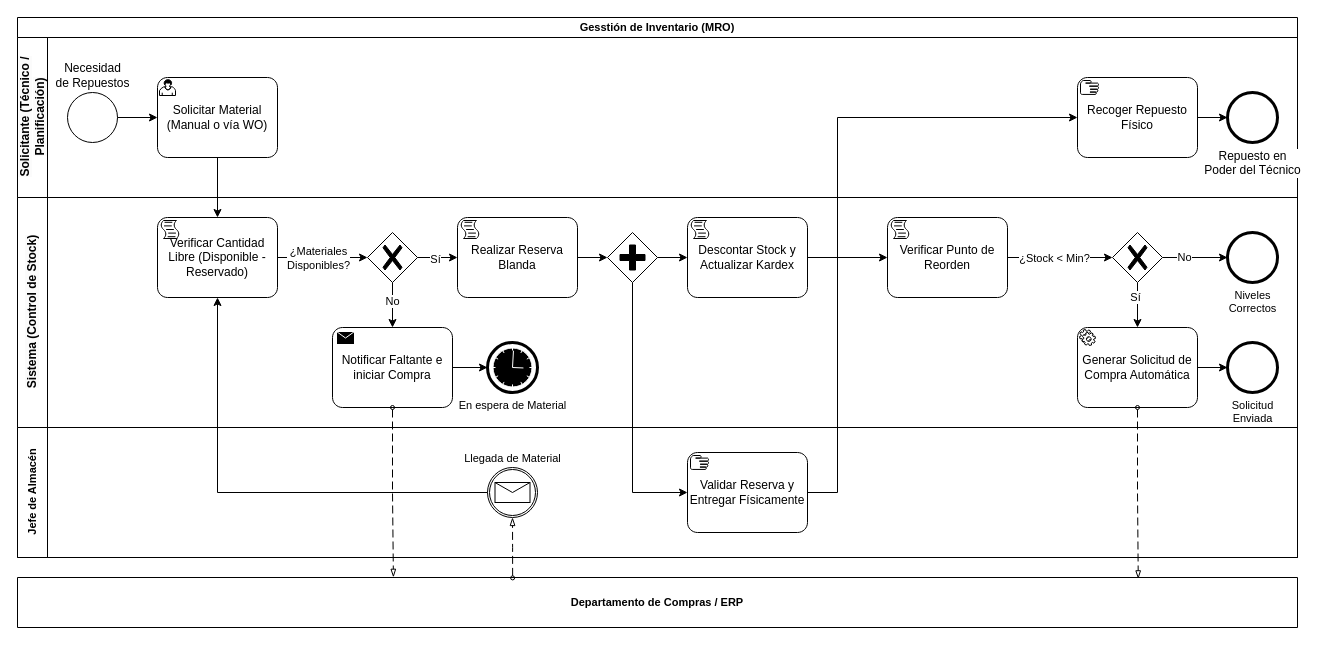
Novav20/adso-dteam-docs keeps this draw.io diagram as business-processes/ges-02-inventory-management.drawio. Above is the earlier version. Source tidied: cells renumbered, new cells numbered last; positions are measured from the earlier drawing's top-left corner, leaving out a move shared by most shapes. Both pictures are drawn from the tidied source at 100%, with x=0, y=0 at pixel (17, 17).
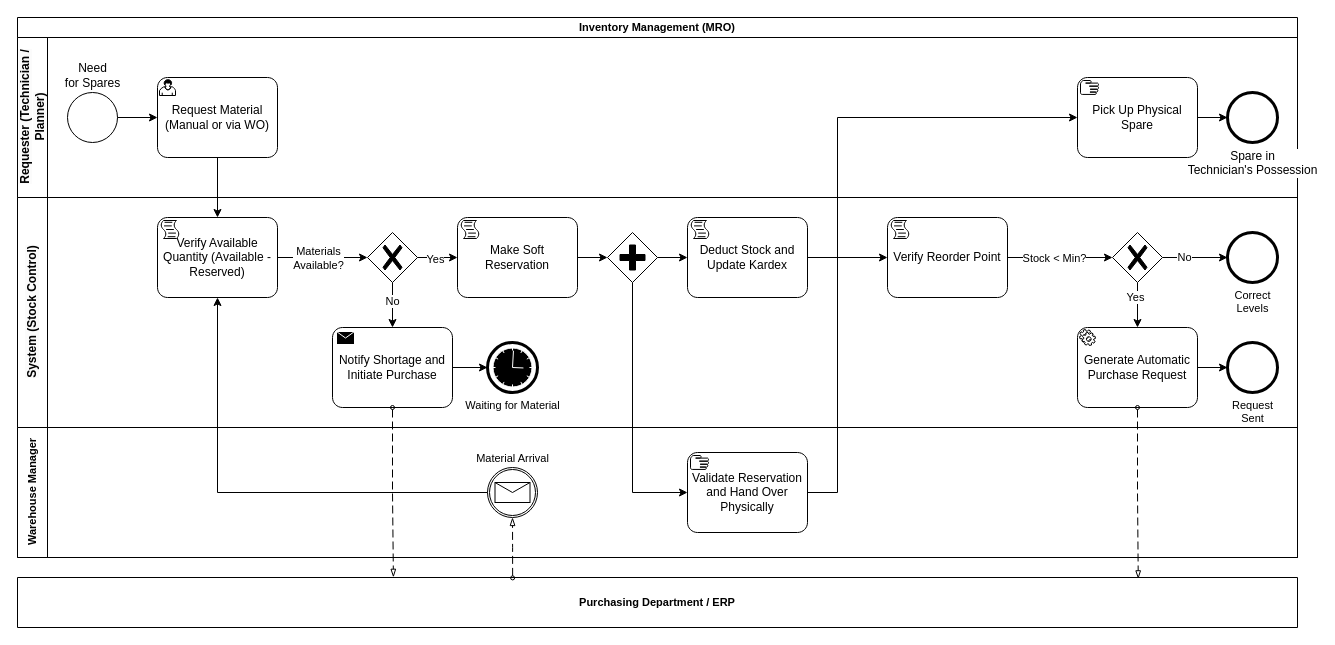
The same page after the edit.

Commit message:
docs(business-processes): fix 'Sí' decision labels in ges-02 diagram

The change refers to these unchanged cells:
```xml
<mxCell id="11" style="edgeStyle=orthogonalEdgeStyle;shape=connector;rounded=0;html=1;strokeColor=default;align=center;verticalAlign=middle;fontFamily=Helvetica;fontSize=11;fontColor=default;labelBackgroundColor=default;endArrow=classic;" parent="10" edge="1" source="13" target="14">
  <mxGeometry relative="1" as="geometry" />
</mxCell>
<mxCell id="17" style="edgeStyle=orthogonalEdgeStyle;shape=connector;rounded=0;html=1;entryX=0;entryY=0.5;entryDx=0;entryDy=0;entryPerimeter=0;strokeColor=default;align=center;verticalAlign=middle;fontFamily=Helvetica;fontSize=11;fontColor=default;labelBackgroundColor=default;endArrow=classic;" parent="10" edge="1" source="14" target="16">
  <mxGeometry relative="1" as="geometry" />
</mxCell>
<mxCell id="27" style="edgeStyle=orthogonalEdgeStyle;shape=connector;rounded=0;html=1;strokeColor=default;align=center;verticalAlign=middle;fontFamily=Helvetica;fontSize=11;fontColor=default;labelBackgroundColor=default;endArrow=classic;" parent="10" edge="1" source="31" target="34">
  <mxGeometry relative="1" as="geometry" />
</mxCell>
<mxCell id="32" style="edgeStyle=orthogonalEdgeStyle;shape=connector;rounded=0;html=1;entryX=0;entryY=0.5;entryDx=0;entryDy=0;entryPerimeter=0;strokeColor=default;align=center;verticalAlign=middle;fontFamily=Helvetica;fontSize=11;fontColor=default;labelBackgroundColor=default;endArrow=classic;" parent="10" edge="1" source="26" target="31">
  <mxGeometry relative="1" as="geometry" />
</mxCell>
```

What changed in the source:
```diff
@@
-    <mxCell id="2" value="Gesstión de Inventario (MRO)" style="swimlane;html=1;horizontal=1;startSize=20;whiteSpace=wrap;fontFamily=Helvetica;fontSize=11;fontColor=default;labelBackgroundColor=default;" parent="1" vertex="1">
+    <mxCell id="2" value="Inventory Management (MRO)" style="swimlane;html=1;horizontal=1;startSize=20;whiteSpace=wrap;fontFamily=Helvetica;fontSize=11;fontColor=default;labelBackgroundColor=default;" parent="1" vertex="1">
       <mxGeometry width="1280" height="540" as="geometry" />
     </mxCell>
-    <mxCell id="3" value="&lt;span style=&quot;color: rgb(0, 0, 0); font-size: 12px; background-color: rgb(251, 251, 251);&quot;&gt;Solicitante (Técnico / &lt;br&gt;Planificación)&lt;/span&gt;" style="swimlane;html=1;startSize=30;horizontal=0;fontFamily=Helvetica;fontSize=11;fontColor=default;labelBackgroundColor=default;" parent="2" vertex="1">
+    <mxCell id="3" value="&lt;span style=&quot;color: rgb(0, 0, 0); font-size: 12px; background-color: rgb(251, 251, 251);&quot;&gt;Requester (Technician / &lt;br&gt;Planner)&lt;/span&gt;" style="swimlane;html=1;startSize=30;horizontal=0;fontFamily=Helvetica;fontSize=11;fontColor=default;labelBackgroundColor=default;" parent="2" vertex="1">
       <mxGeometry y="20" width="1280" height="160" as="geometry" />
     </mxCell>
-    <mxCell id="4" value="Necesidad &lt;br&gt;de Repuestos" style="points=[[0.145,0.145,0],[0.5,0,0],[0.855,0.145,0],[1,0.5,0],[0.855,0.855,0],[0.5,1,0],[0.145,0.855,0],[0,0.5,0]];shape=mxgraph.bpmn.event;html=1;verticalLabelPosition=top;labelBackgroundColor=#ffffff;verticalAlign=bottom;align=center;perimeter=ellipsePerimeter;outlineConnect=0;outline=standard;symbol=general;labelPosition=center;" parent="3" vertex="1">
+    <mxCell id="4" value="Need &lt;br&gt;for Spares" style="points=[[0.145,0.145,0],[0.5,0,0],[0.855,0.145,0],[1,0.5,0],[0.855,0.855,0],[0.5,1,0],[0.145,0.855,0],[0,0.5,0]];shape=mxgraph.bpmn.event;html=1;verticalLabelPosition=top;labelBackgroundColor=#ffffff;verticalAlign=bottom;align=center;perimeter=ellipsePerimeter;outlineConnect=0;outline=standard;symbol=general;labelPosition=center;" parent="3" vertex="1">
       <mxGeometry x="50" y="55" width="50" height="50" as="geometry" />
     </mxCell>
-    <mxCell id="5" value="Solicitar Material (Manual o vía WO)" style="points=[[0.25,0,0],[0.5,0,0],[0.75,0,0],[1,0.25,0],[1,0.5,0],[1,0.75,0],[0.75,1,0],[0.5,1,0],[0.25,1,0],[0,0.75,0],[0,0.5,0],[0,0.25,0]];shape=mxgraph.bpmn.task;whiteSpace=wrap;rectStyle=rounded;size=10;html=1;taskMarker=user;" parent="3" vertex="1">
+    <mxCell id="5" value="Request Material (Manual or via WO)" style="points=[[0.25,0,0],[0.5,0,0],[0.75,0,0],[1,0.25,0],[1,0.5,0],[1,0.75,0],[0.75,1,0],[0.5,1,0],[0.25,1,0],[0,0.75,0],[0,0.5,0],[0,0.25,0]];shape=mxgraph.bpmn.task;whiteSpace=wrap;rectStyle=rounded;size=10;html=1;taskMarker=user;" parent="3" vertex="1">
       <mxGeometry x="140" y="40" width="120" height="80" as="geometry" />
     </mxCell>
@@
-    <mxCell id="7" value="Repuesto en&lt;br&gt;Poder del Técnico" style="points=[[0.145,0.145,0],[0.5,0,0],[0.855,0.145,0],[1,0.5,0],[0.855,0.855,0],[0.5,1,0],[0.145,0.855,0],[0,0.5,0]];shape=mxgraph.bpmn.event;html=1;verticalLabelPosition=bottom;labelBackgroundColor=#ffffff;verticalAlign=top;align=center;perimeter=ellipsePerimeter;outlineConnect=0;outline=end;symbol=terminate2;" parent="3" vertex="1">
+    <mxCell id="7" value="Spare in&lt;br&gt;Technician's Possession" style="points=[[0.145,0.145,0],[0.5,0,0],[0.855,0.145,0],[1,0.5,0],[0.855,0.855,0],[0.5,1,0],[0.145,0.855,0],[0,0.5,0]];shape=mxgraph.bpmn.event;html=1;verticalLabelPosition=bottom;labelBackgroundColor=#ffffff;verticalAlign=top;align=center;perimeter=ellipsePerimeter;outlineConnect=0;outline=end;symbol=terminate2;" parent="3" vertex="1">
       <mxGeometry x="1210" y="55" width="50" height="50" as="geometry" />
     </mxCell>
-    <mxCell id="8" value="Recoger Repuesto Físico" style="points=[[0.25,0,0],[0.5,0,0],[0.75,0,0],[1,0.25,0],[1,0.5,0],[1,0.75,0],[0.75,1,0],[0.5,1,0],[0.25,1,0],[0,0.75,0],[0,0.5,0],[0,0.25,0]];shape=mxgraph.bpmn.task;whiteSpace=wrap;rectStyle=rounded;size=10;html=1;taskMarker=manual;" parent="3" vertex="1">
+    <mxCell id="8" value="Pick Up Physical Spare" style="points=[[0.25,0,0],[0.5,0,0],[0.75,0,0],[1,0.25,0],[1,0.5,0],[1,0.75,0],[0.75,1,0],[0.5,1,0],[0.25,1,0],[0,0.75,0],[0,0.5,0],[0,0.25,0]];shape=mxgraph.bpmn.task;whiteSpace=wrap;rectStyle=rounded;size=10;html=1;taskMarker=manual;" parent="3" vertex="1">
       <mxGeometry x="1060" y="40" width="120" height="80" as="geometry" />
     </mxCell>
@@
-    <mxCell id="10" value="&lt;span style=&quot;color: rgb(0, 0, 0); font-size: 12px; background-color: rgb(251, 251, 251);&quot;&gt;Sistema (Control de Stock)&lt;/span&gt;" style="swimlane;html=1;startSize=30;horizontal=0;fontFamily=Helvetica;fontSize=11;fontColor=default;labelBackgroundColor=default;" parent="2" vertex="1">
+    <mxCell id="10" value="&lt;span style=&quot;color: rgb(0, 0, 0); font-size: 12px; background-color: rgb(251, 251, 251);&quot;&gt;System (Stock Control)&lt;/span&gt;" style="swimlane;html=1;startSize=30;horizontal=0;fontFamily=Helvetica;fontSize=11;fontColor=default;labelBackgroundColor=default;" parent="2" vertex="1">
       <mxGeometry y="180" width="1280" height="230" as="geometry" />
     </mxCell>
@@
-    <mxCell id="12" value="¿Materiales &lt;br&gt;Disponibles?" style="edgeLabel;html=1;align=center;verticalAlign=middle;fontFamily=Helvetica;fontSize=11;fontColor=default;labelBackgroundColor=default;" parent="11" vertex="1">
+    <mxCell id="12" value="Materials &lt;br&gt;Available?" style="edgeLabel;html=1;align=center;verticalAlign=middle;fontFamily=Helvetica;fontSize=11;fontColor=default;labelBackgroundColor=default;" parent="11" vertex="1">
       <mxGeometry x="-0.22" y="3" relative="1" as="geometry">
         <mxPoint x="5" y="3" as="offset" />
       </mxGeometry>
     </mxCell>
-    <mxCell id="13" value="Verificar Cantidad Libre (Disponible - Reservado)" style="points=[[0.25,0,0],[0.5,0,0],[0.75,0,0],[1,0.25,0],[1,0.5,0],[1,0.75,0],[0.75,1,0],[0.5,1,0],[0.25,1,0],[0,0.75,0],[0,0.5,0],[0,0.25,0]];shape=mxgraph.bpmn.task;whiteSpace=wrap;rectStyle=rounded;size=10;html=1;taskMarker=script;" parent="10" vertex="1">
+    <mxCell id="13" value="Verify Available Quantity (Available - Reserved)" style="points=[[0.25,0,0],[0.5,0,0],[0.75,0,0],[1,0.25,0],[1,0.5,0],[1,0.75,0],[0.75,1,0],[0.5,1,0],[0.25,1,0],[0,0.75,0],[0,0.5,0],[0,0.25,0]];shape=mxgraph.bpmn.task;whiteSpace=wrap;rectStyle=rounded;size=10;html=1;taskMarker=script;" parent="10" vertex="1">
       <mxGeometry x="140" y="20" width="120" height="80" as="geometry" />
     </mxCell>
@@
-    <mxCell id="16" value="Realizar Reserva Blanda" style="points=[[0.25,0,0],[0.5,0,0],[0.75,0,0],[1,0.25,0],[1,0.5,0],[1,0.75,0],[0.75,1,0],[0.5,1,0],[0.25,1,0],[0,0.75,0],[0,0.5,0],[0,0.25,0]];shape=mxgraph.bpmn.task;whiteSpace=wrap;rectStyle=rounded;size=10;html=1;taskMarker=script;" parent="10" vertex="1">
+    <mxCell id="16" value="Make Soft Reservation" style="points=[[0.25,0,0],[0.5,0,0],[0.75,0,0],[1,0.25,0],[1,0.5,0],[1,0.75,0],[0.75,1,0],[0.5,1,0],[0.25,1,0],[0,0.75,0],[0,0.5,0],[0,0.25,0]];shape=mxgraph.bpmn.task;whiteSpace=wrap;rectStyle=rounded;size=10;html=1;taskMarker=script;" parent="10" vertex="1">
       <mxGeometry x="440" y="20" width="120" height="80" as="geometry" />
     </mxCell>
@@
-    <mxCell id="18" value="Sí" style="edgeLabel;html=1;align=center;verticalAlign=middle;fontFamily=Helvetica;fontSize=11;fontColor=default;labelBackgroundColor=default;" parent="17" vertex="1">
+    <mxCell id="18" value="Yes" style="edgeLabel;html=1;align=center;verticalAlign=middle;fontFamily=Helvetica;fontSize=11;fontColor=default;labelBackgroundColor=default;" parent="17" vertex="1">
       <mxGeometry x="-0.14" y="-1" relative="1" as="geometry" />
     </mxCell>
-    <mxCell id="19" value="Notificar Faltante e iniciar Compra" style="points=[[0.25,0,0],[0.5,0,0],[0.75,0,0],[1,0.25,0],[1,0.5,0],[1,0.75,0],[0.75,1,0],[0.5,1,0],[0.25,1,0],[0,0.75,0],[0,0.5,0],[0,0.25,0]];shape=mxgraph.bpmn.task;whiteSpace=wrap;rectStyle=rounded;size=10;html=1;taskMarker=send;" parent="10" vertex="1">
+    <mxCell id="19" value="Notify Shortage and Initiate Purchase" style="points=[[0.25,0,0],[0.5,0,0],[0.75,0,0],[1,0.25,0],[1,0.5,0],[1,0.75,0],[0.75,1,0],[0.5,1,0],[0.25,1,0],[0,0.75,0],[0,0.5,0],[0,0.25,0]];shape=mxgraph.bpmn.task;whiteSpace=wrap;rectStyle=rounded;size=10;html=1;taskMarker=send;" parent="10" vertex="1">
       <mxGeometry x="315" y="130" width="120" height="80" as="geometry" />
     </mxCell>
@@
-    <mxCell id="25" value="Descontar Stock y Actualizar Kardex" style="points=[[0.25,0,0],[0.5,0,0],[0.75,0,0],[1,0.25,0],[1,0.5,0],[1,0.75,0],[0.75,1,0],[0.5,1,0],[0.25,1,0],[0,0.75,0],[0,0.5,0],[0,0.25,0]];shape=mxgraph.bpmn.task;whiteSpace=wrap;rectStyle=rounded;size=10;html=1;taskMarker=script;" parent="10" vertex="1">
+    <mxCell id="25" value="Deduct Stock and Update Kardex" style="points=[[0.25,0,0],[0.5,0,0],[0.75,0,0],[1,0.25,0],[1,0.5,0],[1,0.75,0],[0.75,1,0],[0.5,1,0],[0.25,1,0],[0,0.75,0],[0,0.5,0],[0,0.25,0]];shape=mxgraph.bpmn.task;whiteSpace=wrap;rectStyle=rounded;size=10;html=1;taskMarker=script;" parent="10" vertex="1">
       <mxGeometry x="670" y="20" width="120" height="80" as="geometry" />
     </mxCell>
-    <mxCell id="26" value="Verificar Punto de Reorden" style="points=[[0.25,0,0],[0.5,0,0],[0.75,0,0],[1,0.25,0],[1,0.5,0],[1,0.75,0],[0.75,1,0],[0.5,1,0],[0.25,1,0],[0,0.75,0],[0,0.5,0],[0,0.25,0]];shape=mxgraph.bpmn.task;whiteSpace=wrap;rectStyle=rounded;size=10;html=1;taskMarker=script;" parent="10" vertex="1">
+    <mxCell id="26" value="Verify Reorder Point" style="points=[[0.25,0,0],[0.5,0,0],[0.75,0,0],[1,0.25,0],[1,0.5,0],[1,0.75,0],[0.75,1,0],[0.5,1,0],[0.25,1,0],[0,0.75,0],[0,0.5,0],[0,0.25,0]];shape=mxgraph.bpmn.task;whiteSpace=wrap;rectStyle=rounded;size=10;html=1;taskMarker=script;" parent="10" vertex="1">
       <mxGeometry x="870" y="20" width="120" height="80" as="geometry" />
     </mxCell>
@@
-    <mxCell id="28" value="Sí" style="edgeLabel;html=1;align=center;verticalAlign=middle;fontFamily=Helvetica;fontSize=11;fontColor=default;labelBackgroundColor=default;" parent="27" vertex="1">
+    <mxCell id="28" value="Yes" style="edgeLabel;html=1;align=center;verticalAlign=middle;fontFamily=Helvetica;fontSize=11;fontColor=default;labelBackgroundColor=default;" parent="27" vertex="1">
       <mxGeometry x="-0.36" y="-3" relative="1" as="geometry" />
     </mxCell>
@@
-    <mxCell id="33" value="¿Stock &amp;lt; Min?" style="edgeLabel;html=1;align=center;verticalAlign=middle;fontFamily=Helvetica;fontSize=11;fontColor=default;labelBackgroundColor=default;" parent="32" vertex="1">
+    <mxCell id="33" value="Stock &amp;lt; Min?" style="edgeLabel;html=1;align=center;verticalAlign=middle;fontFamily=Helvetica;fontSize=11;fontColor=default;labelBackgroundColor=default;" parent="32" vertex="1">
       <mxGeometry x="-0.3" y="2" relative="1" as="geometry">
         <mxPoint x="9" y="2" as="offset" />
       </mxGeometry>
     </mxCell>
-    <mxCell id="34" value="Generar Solicitud de Compra Automática" style="points=[[0.25,0,0],[0.5,0,0],[0.75,0,0],[1,0.25,0],[1,0.5,0],[1,0.75,0],[0.75,1,0],[0.5,1,0],[0.25,1,0],[0,0.75,0],[0,0.5,0],[0,0.25,0]];shape=mxgraph.bpmn.task;whiteSpace=wrap;rectStyle=rounded;size=10;html=1;taskMarker=service;" parent="10" vertex="1">
+    <mxCell id="34" value="Generate Automatic Purchase Request" style="points=[[0.25,0,0],[0.5,0,0],[0.75,0,0],[1,0.25,0],[1,0.5,0],[1,0.75,0],[0.75,1,0],[0.5,1,0],[0.25,1,0],[0,0.75,0],[0,0.5,0],[0,0.25,0]];shape=mxgraph.bpmn.task;whiteSpace=wrap;rectStyle=rounded;size=10;html=1;taskMarker=service;" parent="10" vertex="1">
       <mxGeometry x="1060" y="130" width="120" height="80" as="geometry" />
     </mxCell>
-    <mxCell id="35" value="Niveles&lt;br&gt;Correctos" style="points=[[0.145,0.145,0],[0.5,0,0],[0.855,0.145,0],[1,0.5,0],[0.855,0.855,0],[0.5,1,0],[0.145,0.855,0],[0,0.5,0]];shape=mxgraph.bpmn.event;html=1;verticalLabelPosition=bottom;labelBackgroundColor=#ffffff;verticalAlign=top;align=center;perimeter=ellipsePerimeter;outlineConnect=0;outline=end;symbol=terminate2;fontFamily=Helvetica;fontSize=11;fontColor=default;" parent="10" vertex="1">
+    <mxCell id="35" value="Correct&lt;br&gt;Levels" style="points=[[0.145,0.145,0],[0.5,0,0],[0.855,0.145,0],[1,0.5,0],[0.855,0.855,0],[0.5,1,0],[0.145,0.855,0],[0,0.5,0]];shape=mxgraph.bpmn.event;html=1;verticalLabelPosition=bottom;labelBackgroundColor=#ffffff;verticalAlign=top;align=center;perimeter=ellipsePerimeter;outlineConnect=0;outline=end;symbol=terminate2;fontFamily=Helvetica;fontSize=11;fontColor=default;" parent="10" vertex="1">
       <mxGeometry x="1210" y="35" width="50" height="50" as="geometry" />
     </mxCell>
-    <mxCell id="36" value="Solicitud &lt;br&gt;Enviada" style="points=[[0.145,0.145,0],[0.5,0,0],[0.855,0.145,0],[1,0.5,0],[0.855,0.855,0],[0.5,1,0],[0.145,0.855,0],[0,0.5,0]];shape=mxgraph.bpmn.event;html=1;verticalLabelPosition=bottom;labelBackgroundColor=#ffffff;verticalAlign=top;align=center;perimeter=ellipsePerimeter;outlineConnect=0;outline=end;symbol=terminate2;fontFamily=Helvetica;fontSize=11;fontColor=default;" parent="10" vertex="1">
+    <mxCell id="36" value="Request &lt;br&gt;Sent" style="points=[[0.145,0.145,0],[0.5,0,0],[0.855,0.145,0],[1,0.5,0],[0.855,0.855,0],[0.5,1,0],[0.145,0.855,0],[0,0.5,0]];shape=mxgraph.bpmn.event;html=1;verticalLabelPosition=bottom;labelBackgroundColor=#ffffff;verticalAlign=top;align=center;perimeter=ellipsePerimeter;outlineConnect=0;outline=end;symbol=terminate2;fontFamily=Helvetica;fontSize=11;fontColor=default;" parent="10" vertex="1">
       <mxGeometry x="1210" y="145" width="50" height="50" as="geometry" />
     </mxCell>
@@
-    <mxCell id="38" value="En espera de Material" style="points=[[0.145,0.145,0],[0.5,0,0],[0.855,0.145,0],[1,0.5,0],[0.855,0.855,0],[0.5,1,0],[0.145,0.855,0],[0,0.5,0]];shape=mxgraph.bpmn.event;html=1;verticalLabelPosition=bottom;labelBackgroundColor=#ffffff;verticalAlign=top;align=center;perimeter=ellipsePerimeter;outlineConnect=0;outline=end;symbol=timer;fontFamily=Helvetica;fontSize=11;fontColor=default;" parent="10" vertex="1">
+    <mxCell id="38" value="Waiting for Material" style="points=[[0.145,0.145,0],[0.5,0,0],[0.855,0.145,0],[1,0.5,0],[0.855,0.855,0],[0.5,1,0],[0.145,0.855,0],[0,0.5,0]];shape=mxgraph.bpmn.event;html=1;verticalLabelPosition=bottom;labelBackgroundColor=#ffffff;verticalAlign=top;align=center;perimeter=ellipsePerimeter;outlineConnect=0;outline=end;symbol=timer;fontFamily=Helvetica;fontSize=11;fontColor=default;" parent="10" vertex="1">
       <mxGeometry x="470" y="145" width="50" height="50" as="geometry" />
     </mxCell>
@@
-    <mxCell id="40" value="Jefe de Almacén" style="swimlane;html=1;startSize=30;horizontal=0;fontFamily=Helvetica;fontSize=11;fontColor=default;labelBackgroundColor=default;" parent="2" vertex="1">
+    <mxCell id="40" value="Warehouse Manager" style="swimlane;html=1;startSize=30;horizontal=0;fontFamily=Helvetica;fontSize=11;fontColor=default;labelBackgroundColor=default;" parent="2" vertex="1">
       <mxGeometry y="410" width="1280" height="130" as="geometry" />
     </mxCell>
-    <mxCell id="41" value="Validar Reserva y Entregar Físicamente" style="points=[[0.25,0,0],[0.5,0,0],[0.75,0,0],[1,0.25,0],[1,0.5,0],[1,0.75,0],[0.75,1,0],[0.5,1,0],[0.25,1,0],[0,0.75,0],[0,0.5,0],[0,0.25,0]];shape=mxgraph.bpmn.task;whiteSpace=wrap;rectStyle=rounded;size=10;html=1;taskMarker=manual;" parent="40" vertex="1">
+    <mxCell id="41" value="Validate Reservation and Hand Over Physically" style="points=[[0.25,0,0],[0.5,0,0],[0.75,0,0],[1,0.25,0],[1,0.5,0],[1,0.75,0],[0.75,1,0],[0.5,1,0],[0.25,1,0],[0,0.75,0],[0,0.5,0],[0,0.25,0]];shape=mxgraph.bpmn.task;whiteSpace=wrap;rectStyle=rounded;size=10;html=1;taskMarker=manual;" parent="40" vertex="1">
       <mxGeometry x="670" y="25" width="120" height="80" as="geometry" />
     </mxCell>
-    <mxCell id="42" value="Llegada de Material" style="points=[[0.145,0.145,0],[0.5,0,0],[0.855,0.145,0],[1,0.5,0],[0.855,0.855,0],[0.5,1,0],[0.145,0.855,0],[0,0.5,0]];shape=mxgraph.bpmn.event;html=1;verticalLabelPosition=top;labelBackgroundColor=#ffffff;verticalAlign=bottom;align=center;perimeter=ellipsePerimeter;outlineConnect=0;outline=catching;symbol=message;fontFamily=Helvetica;fontSize=11;fontColor=default;labelPosition=center;" parent="40" vertex="1">
+    <mxCell id="42" value="Material Arrival" style="points=[[0.145,0.145,0],[0.5,0,0],[0.855,0.145,0],[1,0.5,0],[0.855,0.855,0],[0.5,1,0],[0.145,0.855,0],[0,0.5,0]];shape=mxgraph.bpmn.event;html=1;verticalLabelPosition=top;labelBackgroundColor=#ffffff;verticalAlign=bottom;align=center;perimeter=ellipsePerimeter;outlineConnect=0;outline=catching;symbol=message;fontFamily=Helvetica;fontSize=11;fontColor=default;labelPosition=center;" parent="40" vertex="1">
       <mxGeometry x="470" y="40" width="50" height="50" as="geometry" />
     </mxCell>
@@
-    <mxCell id="47" value="Departamento de Compras / ERP" style="swimlane;html=1;horizontal=1;startSize=60;whiteSpace=wrap;fontFamily=Helvetica;fontSize=11;fontColor=default;labelBackgroundColor=default;perimeterSpacing=1;" parent="1" vertex="1" collapsed="1">
+    <mxCell id="47" value="Purchasing Department / ERP" style="swimlane;html=1;horizontal=1;startSize=60;whiteSpace=wrap;fontFamily=Helvetica;fontSize=11;fontColor=default;labelBackgroundColor=default;perimeterSpacing=1;" parent="1" vertex="1" collapsed="1">
       <mxGeometry y="560" width="1280" height="50" as="geometry" />
     </mxCell>
```
